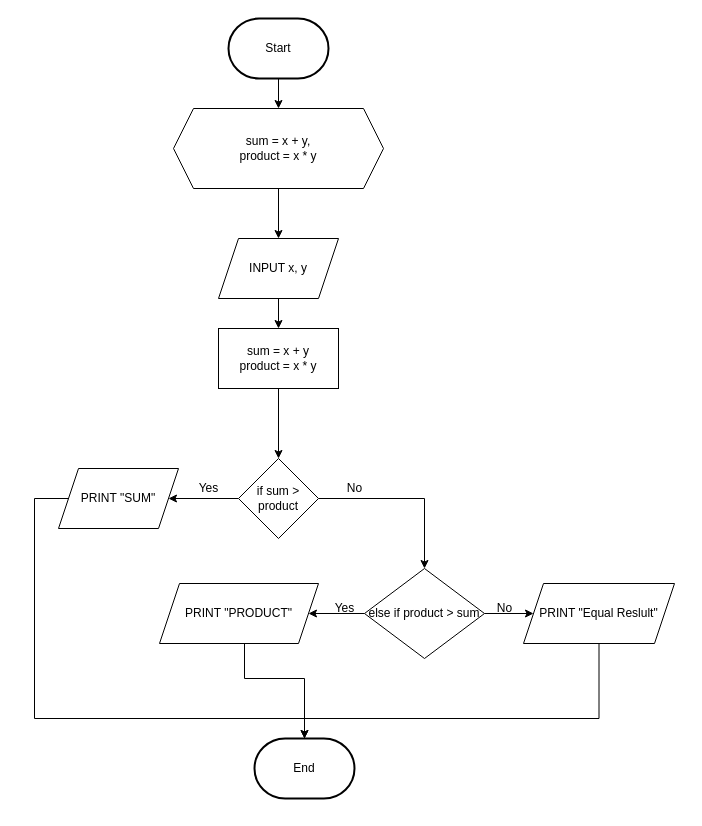
Above: page "Page-5" (5 of 9) of Untitled Diagram.drawio in Carlo06/Randoms (draw.io), before the change. Source tidied: cells renumbered, new cells numbered last; positions are measured from the earlier drawing's top-left corner, leaving out a move shared by most shapes. Both pictures are drawn from the tidied source at 100%, with x=0, y=0 at pixel (34, 18).
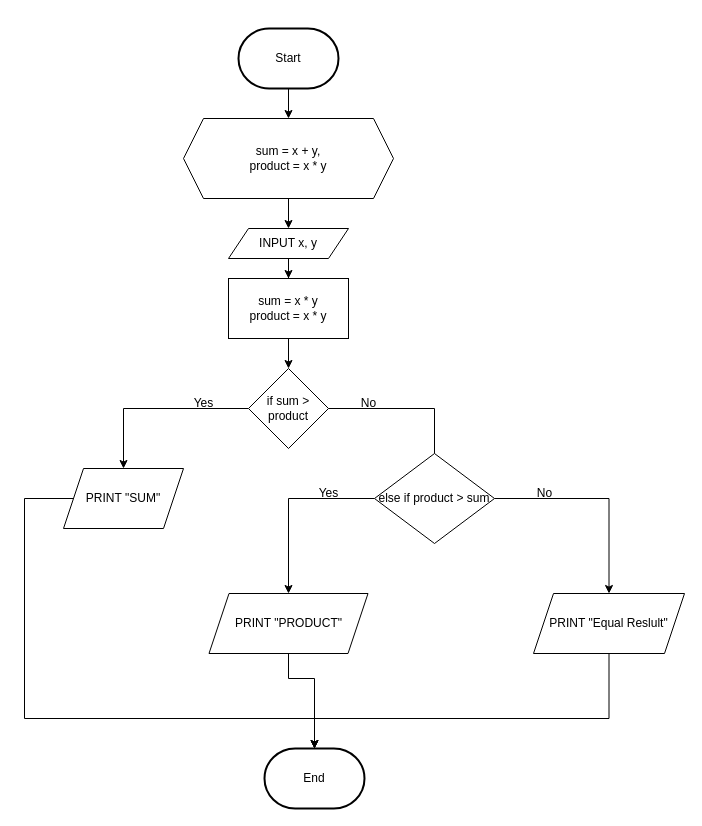
After the change.

What changed in the source:
```diff
@@
     <mxCell id="3" value="Start" style="strokeWidth=2;html=1;shape=mxgraph.flowchart.terminator;whiteSpace=wrap;" parent="1" vertex="1">
-      <mxGeometry x="194" width="100" height="60" as="geometry" />
+      <mxGeometry x="204" y="10" width="100" height="60" as="geometry" />
     </mxCell>
@@
     <mxCell id="5" value="sum = x + y,&lt;br&gt;product = x * y" style="shape=hexagon;perimeter=hexagonPerimeter2;whiteSpace=wrap;html=1;fixedSize=1;" parent="1" vertex="1">
-      <mxGeometry x="139" y="90" width="210" height="80" as="geometry" />
+      <mxGeometry x="149" y="100" width="210" height="80" as="geometry" />
     </mxCell>
-    <mxCell id="6" style="edgeStyle=orthogonalEdgeStyle;rounded=0;jettySize=auto;html=1;" parent="1" edge="1" source="7" target="9">
-      <mxGeometry relative="1" as="geometry" />
-    </mxCell>
+    <mxCell id="27" style="edgeStyle=orthogonalEdgeStyle;rounded=0;jettySize=auto;html=1;" parent="1" edge="1" source="7" target="29">
+      <mxGeometry relative="1" as="geometry" />
+    </mxCell>
     <mxCell id="7" value="INPUT x, y" style="shape=parallelogram;perimeter=parallelogramPerimeter;whiteSpace=wrap;html=1;fixedSize=1;" parent="1" vertex="1">
-      <mxGeometry x="184" y="220" width="120" height="60" as="geometry" />
+      <mxGeometry x="194" y="210" width="120" height="30" as="geometry" />
     </mxCell>
-    <mxCell id="8" style="edgeStyle=orthogonalEdgeStyle;rounded=0;jettySize=auto;html=1;" parent="1" edge="1" source="9" target="12">
-      <mxGeometry relative="1" as="geometry" />
-    </mxCell>
-    <mxCell id="9" value="sum = x + y&lt;br&gt;product = x * y" style="rounded=0;whiteSpace=wrap;html=1;" parent="1" vertex="1">
-      <mxGeometry x="184" y="310" width="120" height="60" as="geometry" />
-    </mxCell>
+    <mxCell id="28" style="edgeStyle=orthogonalEdgeStyle;rounded=0;jettySize=auto;html=1;" parent="1" edge="1" source="29" target="12">
+      <mxGeometry relative="1" as="geometry" />
+    </mxCell>
+    <mxCell id="29" value="sum = x * y&lt;br&gt;product = x * y" style="rounded=0;whiteSpace=wrap;html=1;" parent="1" vertex="1">
+      <mxGeometry x="194" y="260" width="120" height="60" as="geometry" />
+    </mxCell>
@@
-    <mxCell id="11" style="edgeStyle=orthogonalEdgeStyle;rounded=0;jettySize=auto;html=1;exitX=1;exitY=0.5;exitDx=0;exitDy=0;" parent="1" edge="1" source="12">
-      <mxGeometry relative="1" as="geometry">
-        <mxPoint x="390" y="550" as="targetPoint" />
-        <Array as="points">
-          <mxPoint x="390" y="480" />
-          <mxPoint x="390" y="480" />
-        </Array>
-      </mxGeometry>
-    </mxCell>
     <mxCell id="12" value="if sum &amp;gt; product" style="rhombus;whiteSpace=wrap;html=1;rounded=0;" parent="1" vertex="1">
-      <mxGeometry x="204" y="440" width="80" height="80" as="geometry" />
+      <mxGeometry x="214" y="350" width="80" height="80" as="geometry" />
     </mxCell>
     <mxCell id="13" style="edgeStyle=orthogonalEdgeStyle;rounded=0;jettySize=auto;html=1;exitX=0;exitY=0.5;exitDx=0;exitDy=0;entryX=0.5;entryY=0;entryDx=0;entryDy=0;entryPerimeter=0;" parent="1" edge="1" source="14" target="26">
       <mxGeometry relative="1" as="geometry">
         <Array as="points">
-          <mxPoint y="480" />
-          <mxPoint y="700" />
-          <mxPoint x="270" y="700" />
+          <mxPoint x="-10" y="480" />
+          <mxPoint x="-10" y="700" />
+          <mxPoint x="280" y="700" />
         </Array>
       </mxGeometry>
     </mxCell>
     <mxCell id="14" value="PRINT &quot;SUM&quot;" style="shape=parallelogram;perimeter=parallelogramPerimeter;whiteSpace=wrap;html=1;fixedSize=1;rounded=0;" parent="1" vertex="1">
-      <mxGeometry x="24" y="450" width="120" height="60" as="geometry" />
+      <mxGeometry x="29" y="450" width="120" height="60" as="geometry" />
     </mxCell>
@@
-    <mxCell id="17" value="else if product &amp;gt; sum" style="rhombus;whiteSpace=wrap;html=1;" parent="1" vertex="1">
-      <mxGeometry x="330" y="550" width="120" height="90" as="geometry" />
-    </mxCell>
     <mxCell id="18" style="edgeStyle=orthogonalEdgeStyle;rounded=0;jettySize=auto;html=1;exitX=0.5;exitY=1;exitDx=0;exitDy=0;entryX=0.5;entryY=0;entryDx=0;entryDy=0;entryPerimeter=0;" parent="1" edge="1" source="19" target="26">
       <mxGeometry relative="1" as="geometry">
         <Array as="points">
-          <mxPoint x="210" y="625" />
-          <mxPoint x="210" y="660" />
-          <mxPoint x="270" y="660" />
+          <mxPoint x="254" y="660" />
+          <mxPoint x="280" y="660" />
         </Array>
       </mxGeometry>
     </mxCell>
     <mxCell id="19" value="PRINT &quot;PRODUCT&quot;" style="shape=parallelogram;perimeter=parallelogramPerimeter;whiteSpace=wrap;html=1;fixedSize=1;" parent="1" vertex="1">
-      <mxGeometry x="125" y="565" width="159" height="60" as="geometry" />
+      <mxGeometry x="174.5" y="575" width="159" height="60" as="geometry" />
     </mxCell>
     <mxCell id="20" style="edgeStyle=orthogonalEdgeStyle;rounded=0;jettySize=auto;html=1;exitX=0.5;exitY=1;exitDx=0;exitDy=0;entryX=0.5;entryY=0;entryDx=0;entryDy=0;entryPerimeter=0;" parent="1" edge="1" source="21" target="26">
       <mxGeometry relative="1" as="geometry">
         <Array as="points">
-          <mxPoint x="564" y="700" />
-          <mxPoint x="270" y="700" />
-          <mxPoint x="270" y="770" />
+          <mxPoint x="575" y="700" />
+          <mxPoint x="280" y="700" />
         </Array>
       </mxGeometry>
     </mxCell>
     <mxCell id="21" value="PRINT &quot;Equal Reslult&quot;" style="shape=parallelogram;perimeter=parallelogramPerimeter;whiteSpace=wrap;html=1;fixedSize=1;" parent="1" vertex="1">
-      <mxGeometry x="489" y="565" width="151" height="60" as="geometry" />
+      <mxGeometry x="499" y="575" width="151" height="60" as="geometry" />
     </mxCell>
-    <mxCell id="22" value="Yes" style="text;html=1;align=center;verticalAlign=middle;strokeColor=none;fillColor=none;" parent="1" vertex="1">
-      <mxGeometry x="154" y="455" width="40" height="30" as="geometry" />
-    </mxCell>
-    <mxCell id="23" value="No" style="text;html=1;align=center;verticalAlign=middle;strokeColor=none;fillColor=none;" parent="1" vertex="1">
-      <mxGeometry x="450" y="575" width="40" height="30" as="geometry" />
-    </mxCell>
-    <mxCell id="24" value="Yes" style="text;html=1;align=center;verticalAlign=middle;strokeColor=none;fillColor=none;" parent="1" vertex="1">
-      <mxGeometry x="290" y="575" width="40" height="30" as="geometry" />
-    </mxCell>
-    <mxCell id="25" value="No" style="text;html=1;align=center;verticalAlign=middle;strokeColor=none;fillColor=none;" parent="1" vertex="1">
-      <mxGeometry x="300" y="455" width="40" height="30" as="geometry" />
-    </mxCell>
+    <mxCell id="30" value="Yes" style="text;html=1;align=center;verticalAlign=middle;strokeColor=none;fillColor=none;" parent="1" vertex="1">
+      <mxGeometry x="149" y="370" width="40" height="30" as="geometry" />
+    </mxCell>
+    <mxCell id="31" value="No" style="text;html=1;align=center;verticalAlign=middle;strokeColor=none;fillColor=none;" parent="1" vertex="1">
+      <mxGeometry x="490" y="460" width="40" height="30" as="geometry" />
+    </mxCell>
+    <mxCell id="32" value="Yes" style="text;html=1;align=center;verticalAlign=middle;strokeColor=none;fillColor=none;" parent="1" vertex="1">
+      <mxGeometry x="274" y="460" width="40" height="30" as="geometry" />
+    </mxCell>
+    <mxCell id="33" value="No" style="text;html=1;align=center;verticalAlign=middle;strokeColor=none;fillColor=none;" parent="1" vertex="1">
+      <mxGeometry x="314" y="370" width="40" height="30" as="geometry" />
+    </mxCell>
     <mxCell id="26" value="End" style="strokeWidth=2;html=1;shape=mxgraph.flowchart.terminator;whiteSpace=wrap;" parent="1" vertex="1">
-      <mxGeometry x="220" y="720" width="100" height="60" as="geometry" />
+      <mxGeometry x="230" y="730" width="100" height="60" as="geometry" />
     </mxCell>
+    <mxCell id="17" value="else if product &amp;gt; sum" style="rhombus;whiteSpace=wrap;html=1;" parent="1" vertex="1">
+      <mxGeometry x="340" y="435" width="120" height="90" as="geometry" />
+    </mxCell>
+    <mxCell id="34" style="edgeStyle=orthogonalEdgeStyle;rounded=0;jettySize=auto;html=1;exitX=1;exitY=0.5;exitDx=0;exitDy=0;endArrow=none;" parent="1" edge="1" source="12" target="17">
+      <mxGeometry relative="1" as="geometry" />
+    </mxCell>
```
